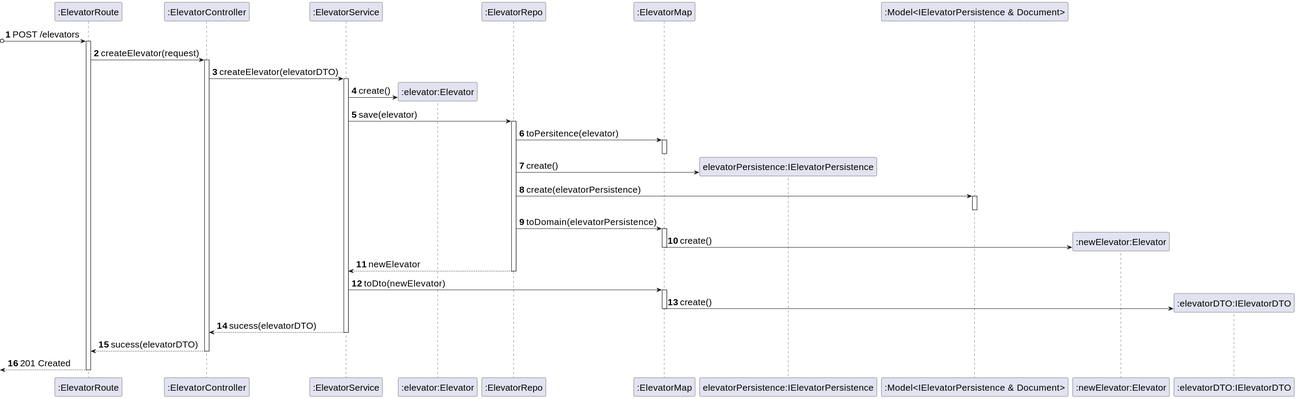
Earlier version of the PlantUML export _wiki/sprint-a/us13-270/views/level-3/assets/process-view.svg (miseEnPlace-dev/lapr5).
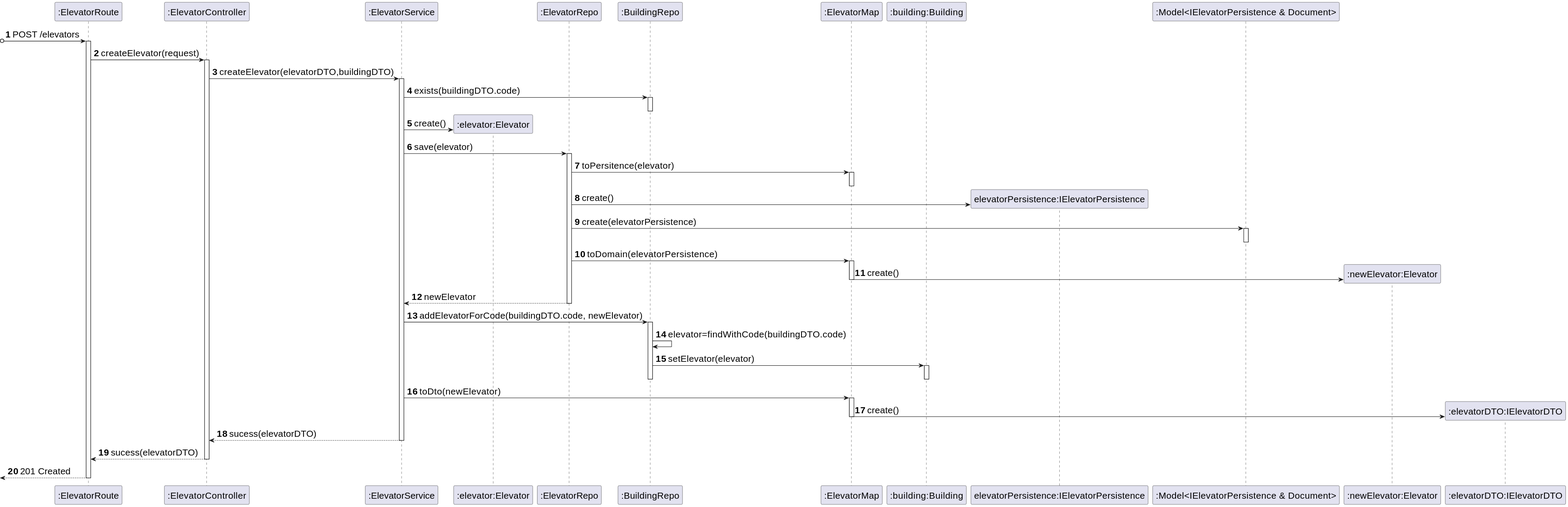
After the change.

The edit, as a diff of the source:
```diff
@@ -4,12 +4,14 @@
 participant ROUTE as ":ElevatorRoute"
 participant CTRL as ":ElevatorController"
 participant SRV as ":ElevatorService"
-participant BUILD as ":elevator:Elevator"
+participant ELEV as ":elevator:Elevator"
 participant REPO as ":ElevatorRepo"
+participant BREPO as ":BuildingRepo"
 participant MAP as ":ElevatorMap"
+participant BUILD as ":building:Building"
 participant PERS as "elevatorPersistence:IElevatorPersistence"
 participant MODEL as ":Model<IElevatorPersistence & Document>"
-participant NBUILD as ":newElevator:Elevator"
+participant NELEV as ":newElevator:Elevator"
 participant DTO as ":elevatorDTO:IElevatorDTO"
 
 ?o-> ROUTE : POST /elevators
@@ -17,9 +19,12 @@
 
 ROUTE -> CTRL : createElevator(request)
 activate CTRL
-CTRL -> SRV : createElevator(elevatorDTO)
+CTRL -> SRV : createElevator(elevatorDTO,buildingDTO)
 activate SRV
-SRV -> BUILD** : create()
+SRV -> BREPO : exists(buildingDTO.code)
+activate BREPO
+deactivate BREPO
+SRV -> ELEV** : create()
 SRV -> REPO : save(elevator)
 activate REPO
 REPO -> MAP : toPersitence(elevator)
@@ -31,10 +36,17 @@
 deactivate MODEL
 REPO -> MAP : toDomain(elevatorPersistence)
 activate MAP
-MAP -> NBUILD** : create()
+MAP -> NELEV** : create()
 deactivate MAP
 REPO --> SRV : newElevator
 deactivate REPO
+SRV -> BREPO : addElevatorForCode(buildingDTO.code, newElevator)
+activate BREPO
+BREPO -> BREPO: elevator=findWithCode(buildingDTO.code)
+BREPO -> BUILD : setElevator(elevator)
+activate BUILD
+deactivate BUILD
+deactivate BREPO
 SRV -> MAP : toDto(newElevator)
 activate MAP
 MAP -> DTO** : create()
```
